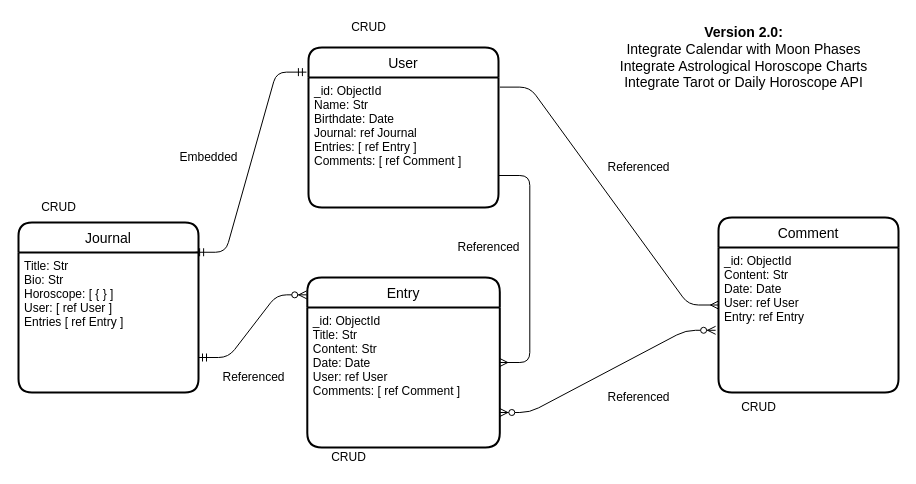
This is ERD.drawio from londondata/codexcoven, a draw.io file, before an edit. Source tidied: cells renumbered, new cells numbered last; positions are measured from the earlier drawing's top-left corner, leaving out a move shared by most shapes. Both pictures are drawn from the tidied source at 100%, with x=0, y=0 at pixel (18, 17).
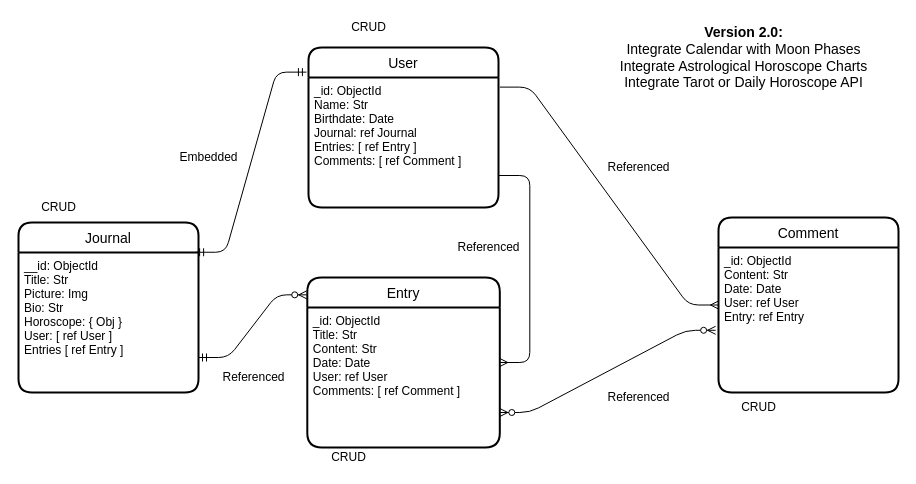
Above is the later version.

The change refers to these unchanged cells:
```xml
<mxCell id="6" value="Journal" style="swimlane;horizontal=1;startSize=30;rounded=1;fontSize=14;fontStyle=0;strokeWidth=2;shadow=0;dashed=0;align=center;" parent="1" vertex="1">
  <mxGeometry y="205" width="180" height="170" as="geometry" />
</mxCell>
```

Diff of the diagram source:
```diff
@@
-    <mxCell id="7" value="Title: Str&#10;Bio: Str&#10;Horoscope: [ { } ]&#10;User: [ ref User ]&#10;Entries [ ref Entry ]&#10;" style="align=left;strokeColor=none;fillColor=none;spacingLeft=4;fontSize=12;verticalAlign=top;" parent="6" vertex="1">
+    <mxCell id="7" value="__id: ObjectId&#10;Title: Str&#10;Picture: Img&#10;Bio: Str&#10;Horoscope: { Obj } &#10;User: [ ref User ]&#10;Entries [ ref Entry ]&#10;" style="align=left;strokeColor=none;fillColor=none;spacingLeft=4;fontSize=12;verticalAlign=top;" parent="6" vertex="1">
       <mxGeometry y="30" width="180" height="140" as="geometry" />
     </mxCell>
```
